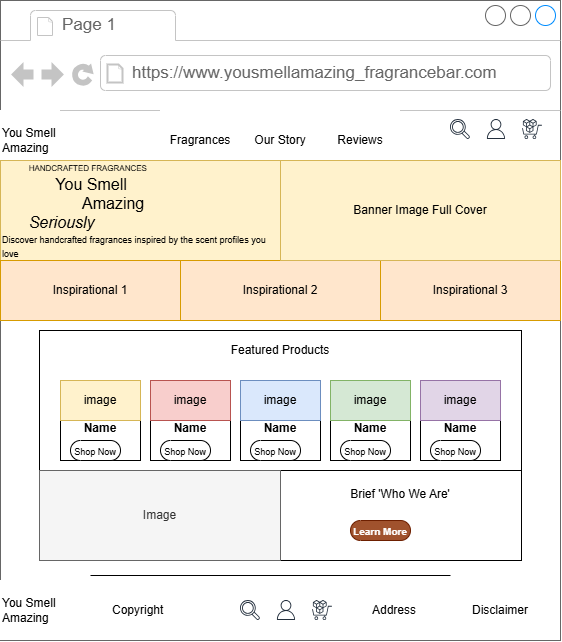
The draw.io diagram wireframes/FragranceBusiness_Home.drawio.png in twittsack/Handcrafted_Fragrances, before a commit. Source tidied: cells renumbered, new cells last; positions are measured from the earlier drawing's top-left corner, leaving out a move shared by most shapes.
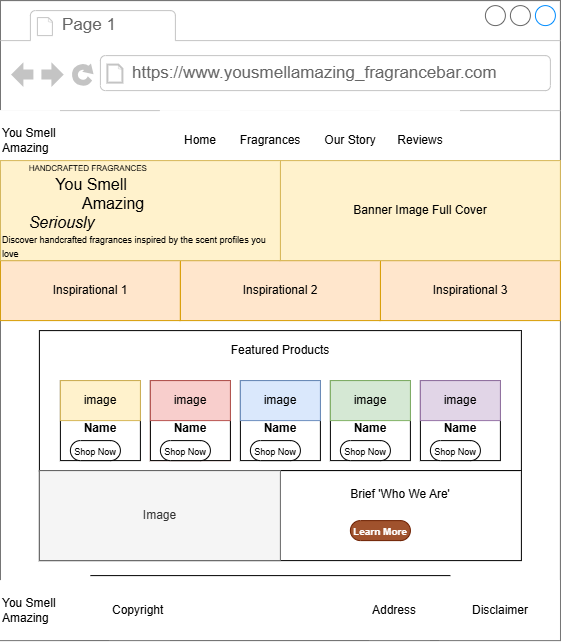
The same diagram one commit later.

Diff of the diagram source:
```diff
@@ -15,7 +15,7 @@
       <mxGeometry y="110" width="60" height="60" as="geometry" />
     </mxCell>
     <mxCell id="6" style="group;strokeColor=none;" parent="2" vertex="1">
-      <mxGeometry x="160" y="110" width="240" height="60" as="geometry" />
+      <mxGeometry x="230" y="110" width="240" height="60" as="geometry" />
     </mxCell>
     <mxCell id="7" value="Fragrances" style="rounded=0;whiteSpace=wrap;html=1;strokeColor=none;" parent="6" vertex="1">
       <mxGeometry width="80" height="60" as="geometry" />
@@ -23,36 +23,9 @@
     <mxCell id="8" value="Our Story" style="rounded=0;whiteSpace=wrap;html=1;strokeColor=none;" parent="6" vertex="1">
       <mxGeometry x="80" width="80" height="60" as="geometry" />
     </mxCell>
-    <mxCell id="9" value="&lt;font style=&quot;&quot;&gt;&lt;span style=&quot;white-space: pre;&quot;&gt;&lt;font style=&quot;font-size: 8px;&quot;&gt;&lt;span style=&quot;white-space: pre;&quot;&gt;&#9;&lt;/span&gt;H&lt;/font&gt;&lt;/span&gt;&lt;font style=&quot;font-size: 8px;&quot;&gt;ANDCRAFTED FRAGRANCES&lt;/font&gt;&lt;/font&gt;&lt;div&gt;&lt;font style=&quot;font-size: 16px;&quot;&gt;&lt;span style=&quot;white-space: pre;&quot;&gt;&#9;&lt;span style=&quot;white-space: pre;&quot;&gt;&#9;&lt;/span&gt;&lt;/span&gt;You Smell&lt;/font&gt;&lt;div&gt;&lt;div&gt;&lt;div&gt;&lt;font style=&quot;font-size: 16px;&quot;&gt;&lt;span style=&quot;white-space: pre;&quot;&gt;&#9;&lt;/span&gt;&lt;span style=&quot;white-space: pre;&quot;&gt;&#9;&lt;span style=&quot;white-space: pre;&quot;&gt;&#9;&lt;/span&gt;&lt;/span&gt;Amazing&lt;/font&gt;&lt;/div&gt;&lt;div&gt;&lt;font style=&quot;font-size: 16px;&quot;&gt;&lt;span style=&quot;white-space: pre;&quot;&gt;&#9;&lt;/span&gt;&lt;i&gt;Seriously&lt;/i&gt;&lt;/font&gt;&lt;/div&gt;&lt;div style=&quot;&quot;&gt;&lt;font style=&quot;font-size: 9px;&quot;&gt;Discover handcrafted fragrances inspired by the scent profiles you love&lt;/font&gt;&lt;/div&gt;&lt;/div&gt;&lt;/div&gt;&lt;/div&gt;" style="rounded=0;whiteSpace=wrap;html=1;fillColor=#fff2cc;strokeColor=#d6b656;align=left;" parent="2" vertex="1">
-      <mxGeometry y="160" width="280" height="100" as="geometry" />
-    </mxCell>
-    <mxCell id="10" style="group;" parent="2" vertex="1">
-      <mxGeometry x="450" y="119" width="92" height="20" as="geometry" />
-    </mxCell>
-    <mxCell id="11" style="sketch=0;fontColor=#232F3E;gradientColor=none;fillColor=#232F3D;strokeColor=none;dashed=0;verticalLabelPosition=bottom;verticalAlign=top;align=center;html=1;fontSize=12;fontStyle=0;shape=mxgraph.aws4.user;" parent="10" vertex="1">
-      <mxGeometry x="36" width="20" height="20" as="geometry" />
-    </mxCell>
-    <mxCell id="12" style="sketch=0;fontColor=#232F3E;gradientColor=none;fillColor=#232F3D;strokeColor=none;dashed=0;verticalLabelPosition=bottom;verticalAlign=top;align=center;html=1;fontSize=12;fontStyle=0;shape=mxgraph.aws4.magnifying_glass_2;" parent="10" vertex="1">
-      <mxGeometry width="20" height="20" as="geometry" />
-    </mxCell>
-    <mxCell id="13" style="sketch=0;fontColor=#232F3E;gradientColor=none;fillColor=#232F3D;strokeColor=none;dashed=0;verticalLabelPosition=bottom;verticalAlign=top;align=center;html=1;fontSize=12;fontStyle=0;shape=mxgraph.aws4.marketplace;" parent="10" vertex="1">
-      <mxGeometry x="72" width="20" height="20" as="geometry" />
-    </mxCell>
     <mxCell id="14" value="You Smell&lt;div&gt;Amazing&lt;/div&gt;" style="rounded=0;whiteSpace=wrap;html=1;align=left;strokeColor=none;" parent="2" vertex="1">
       <mxGeometry y="580" width="60" height="60" as="geometry" />
     </mxCell>
-    <mxCell id="15" style="group;" parent="2" vertex="1">
-      <mxGeometry x="240" y="600" width="92" height="20" as="geometry" />
-    </mxCell>
-    <mxCell id="16" style="sketch=0;fontColor=#232F3E;gradientColor=none;fillColor=#232F3D;strokeColor=none;dashed=0;verticalLabelPosition=bottom;verticalAlign=top;align=center;html=1;fontSize=12;fontStyle=0;shape=mxgraph.aws4.user;" parent="15" vertex="1">
-      <mxGeometry x="36" width="20" height="20" as="geometry" />
-    </mxCell>
-    <mxCell id="17" style="sketch=0;fontColor=#232F3E;gradientColor=none;fillColor=#232F3D;strokeColor=none;dashed=0;verticalLabelPosition=bottom;verticalAlign=top;align=center;html=1;fontSize=12;fontStyle=0;shape=mxgraph.aws4.magnifying_glass_2;" parent="15" vertex="1">
-      <mxGeometry width="20" height="20" as="geometry" />
-    </mxCell>
-    <mxCell id="18" style="sketch=0;fontColor=#232F3E;gradientColor=none;fillColor=#232F3D;strokeColor=none;dashed=0;verticalLabelPosition=bottom;verticalAlign=top;align=center;html=1;fontSize=12;fontStyle=0;shape=mxgraph.aws4.marketplace;" parent="15" vertex="1">
-      <mxGeometry x="72" width="20" height="20" as="geometry" />
-    </mxCell>
     <mxCell id="19" value="Disclaimer" style="rounded=0;whiteSpace=wrap;html=1;align=center;strokeColor=none;" parent="2" vertex="1">
       <mxGeometry x="440" y="580" width="120" height="60" as="geometry" />
     </mxCell>
@@ -144,7 +117,7 @@
       <mxGeometry x="10" y="60" width="50" height="20" as="geometry" />
     </mxCell>
     <mxCell id="49" value="Reviews" style="rounded=0;whiteSpace=wrap;html=1;strokeColor=none;" parent="2" vertex="1">
-      <mxGeometry x="320" y="110" width="80" height="60" as="geometry" />
+      <mxGeometry x="380" y="110" width="80" height="60" as="geometry" />
     </mxCell>
     <mxCell id="50" value="Banner Image Full Cover" style="rounded=0;whiteSpace=wrap;html=1;fillColor=#fff2cc;strokeColor=#d6b656;" parent="2" vertex="1">
       <mxGeometry x="280" y="160" width="280" height="100" as="geometry" />
@@ -152,5 +125,11 @@
     <mxCell id="51" style="line;strokeWidth=1;html=1;" parent="2" vertex="1">
       <mxGeometry x="90" y="570" width="360" height="10" as="geometry" />
     </mxCell>
+    <mxCell id="52" value="Home" style="rounded=0;whiteSpace=wrap;html=1;strokeColor=none;" parent="2" vertex="1">
+      <mxGeometry x="160" y="110" width="80" height="60" as="geometry" />
+    </mxCell>
+    <mxCell id="9" value="&lt;font style=&quot;&quot;&gt;&lt;span style=&quot;white-space: pre;&quot;&gt;&lt;font style=&quot;font-size: 8px;&quot;&gt;&lt;span style=&quot;white-space: pre;&quot;&gt;&#9;&lt;/span&gt;H&lt;/font&gt;&lt;/span&gt;&lt;font style=&quot;font-size: 8px;&quot;&gt;ANDCRAFTED FRAGRANCES&lt;/font&gt;&lt;/font&gt;&lt;div&gt;&lt;font style=&quot;font-size: 16px;&quot;&gt;&lt;span style=&quot;white-space: pre;&quot;&gt;&#9;&lt;span style=&quot;white-space: pre;&quot;&gt;&#9;&lt;/span&gt;&lt;/span&gt;You Smell&lt;/font&gt;&lt;div&gt;&lt;div&gt;&lt;div&gt;&lt;font style=&quot;font-size: 16px;&quot;&gt;&lt;span style=&quot;white-space: pre;&quot;&gt;&#9;&lt;/span&gt;&lt;span style=&quot;white-space: pre;&quot;&gt;&#9;&lt;span style=&quot;white-space: pre;&quot;&gt;&#9;&lt;/span&gt;&lt;/span&gt;Amazing&lt;/font&gt;&lt;/div&gt;&lt;div&gt;&lt;font style=&quot;font-size: 16px;&quot;&gt;&lt;span style=&quot;white-space: pre;&quot;&gt;&#9;&lt;/span&gt;&lt;i&gt;Seriously&lt;/i&gt;&lt;/font&gt;&lt;/div&gt;&lt;div style=&quot;&quot;&gt;&lt;font style=&quot;font-size: 9px;&quot;&gt;Discover handcrafted fragrances inspired by the scent profiles you love&lt;/font&gt;&lt;/div&gt;&lt;/div&gt;&lt;/div&gt;&lt;/div&gt;" style="rounded=0;whiteSpace=wrap;html=1;fillColor=#fff2cc;strokeColor=#d6b656;align=left;" parent="2" vertex="1">
+      <mxGeometry y="160" width="280" height="100" as="geometry" />
+    </mxCell>
   </root>
 </mxGraphModel>
```
